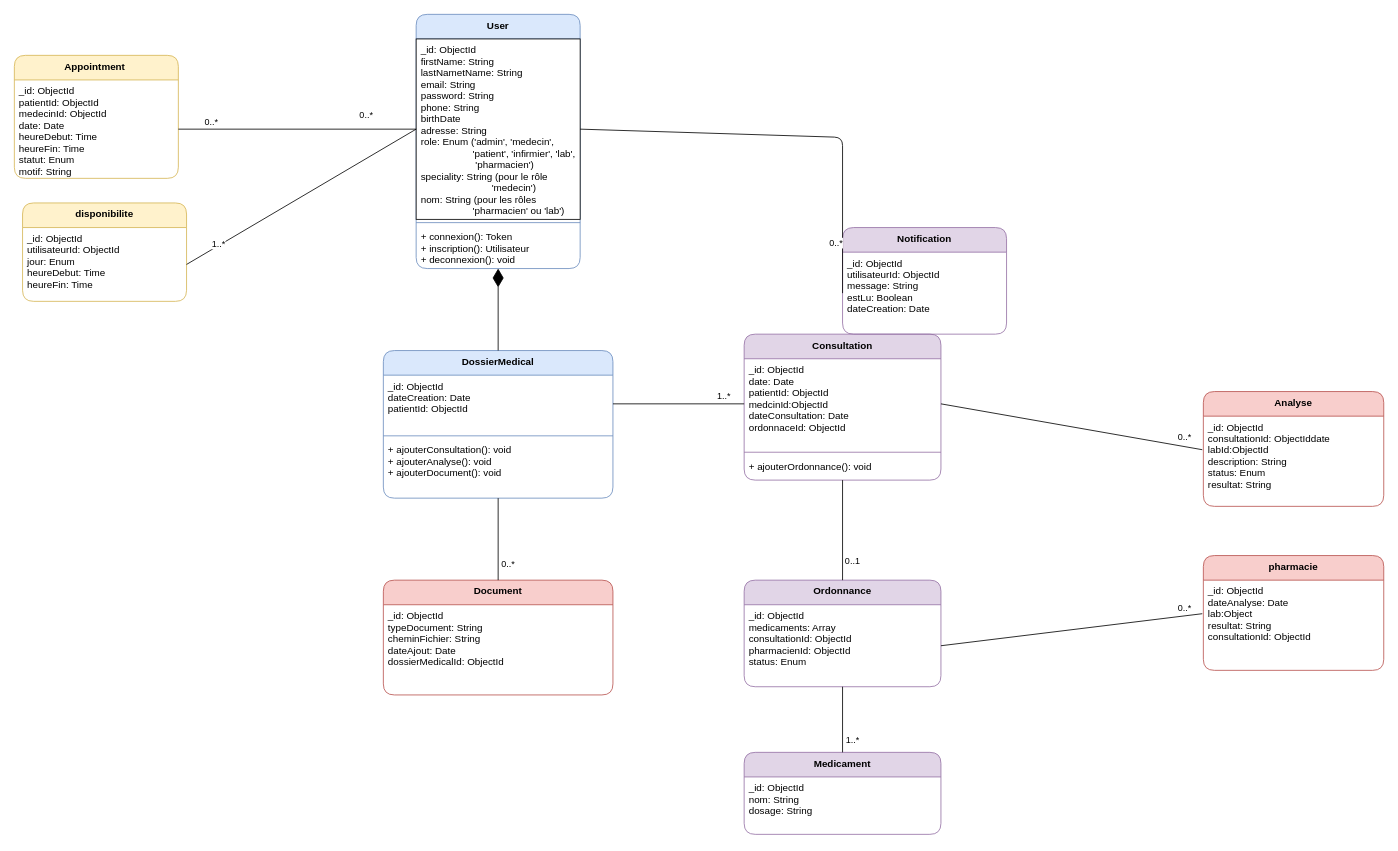
Above: backend/src/uml/medical.drawio in labitayoub/SihatiHub (draw.io), before the change. Source tidied: cells renumbered, new cells numbered last; positions are measured from the earlier drawing's top-left corner, leaving out a move shared by most shapes. Both pictures are drawn from the tidied source at 82%, with x=0, y=0 at pixel (14, 14).
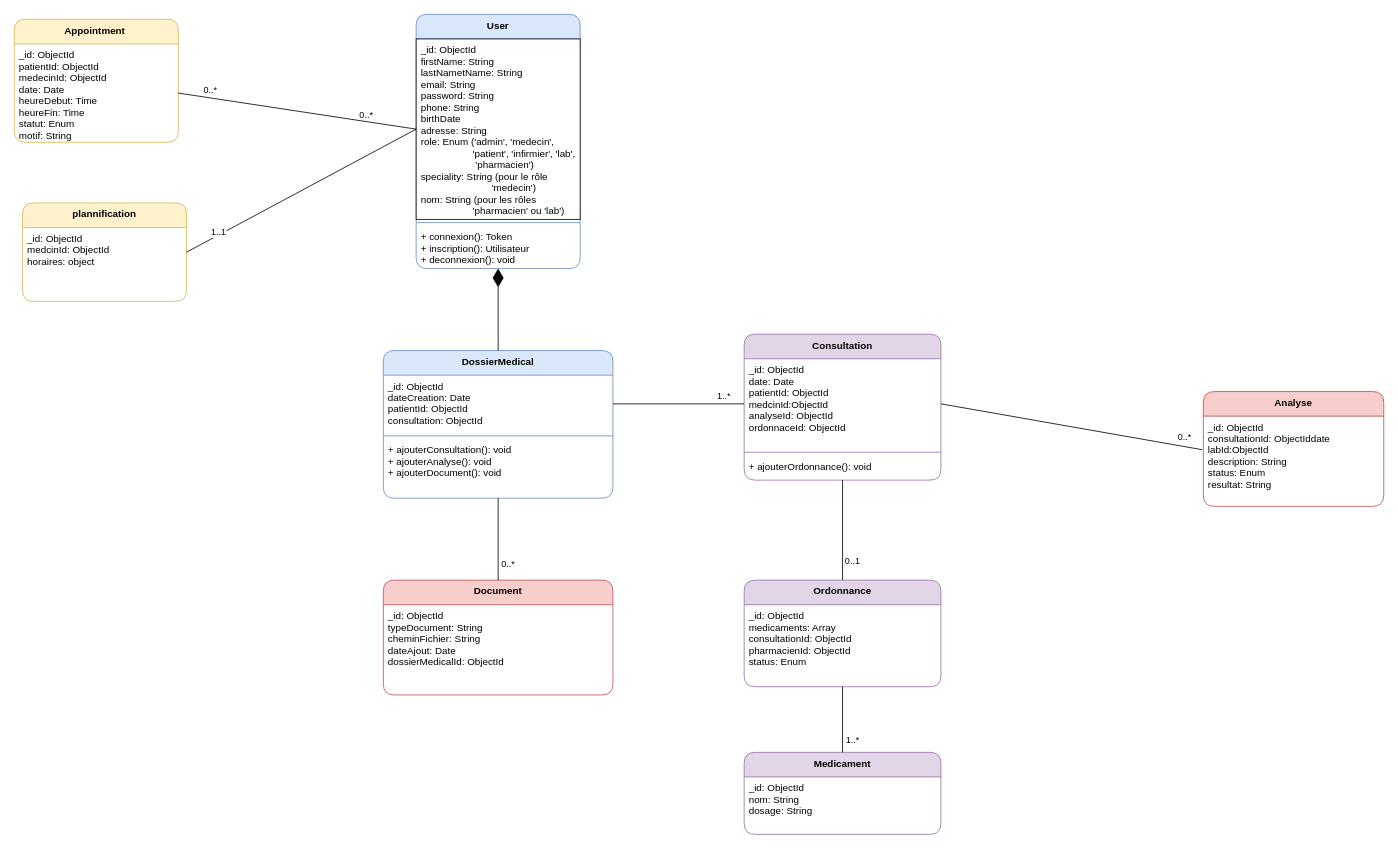
The same diagram, later.

The change refers to these unchanged cells:
```xml
<mxCell id="3" value="_id: ObjectId&#10;firstName: String&#10;lastNametName: String&#10;email: String&#10;password: String&#10;phone: String&#10;birthDate&#10;adresse: String&#10;role: Enum ('admin', 'medecin', &#10;                   'patient', 'infirmier', 'lab',&#10;                    'pharmacien')&#10;speciality: String (pour le rôle&#10;                          'medecin')&#10;nom: String (pour les rôles&#10;                   'pharmacien' ou 'lab')&#10;" style="text;strokeColor=#000000;fillColor=default;align=left;verticalAlign=top;spacingLeft=4;spacingRight=4;overflow=hidden;points=[[0,0.5],[1,0.5]];portConstraint=eastwest;" parent="2" vertex="1">
  <mxGeometry y="30" width="200" height="220" as="geometry" />
</mxCell>
<mxCell id="8" value="DossierMedical" style="swimlane;fontStyle=1;align=center;verticalAlign=top;horizontal=1;startSize=30;fillColor=#dae8fc;strokeColor=#6c8ebf;rounded=1;" parent="1" vertex="1">
  <mxGeometry x="450" y="410" width="280" height="180" as="geometry" />
</mxCell>
<mxCell id="12" value="Consultation" style="swimlane;fontStyle=1;align=center;verticalAlign=top;horizontal=1;startSize=30;fillColor=#e1d5e7;strokeColor=#9673a6;rounded=1;" parent="1" vertex="1">
  <mxGeometry x="890" y="390" width="240" height="178" as="geometry" />
</mxCell>
<mxCell id="17" value="_id: ObjectId&#10;medicaments: Array&#10;consultationId: ObjectId&#10;pharmacienId: ObjectId&#10;status: Enum&#10;" style="text;strokeColor=none;fillColor=none;align=left;verticalAlign=top;spacingLeft=4;spacingRight=4;overflow=hidden;points=[[0,0.5],[1,0.5]];portConstraint=eastwest;" parent="16" vertex="1">
  <mxGeometry y="30" width="240" height="100" as="geometry" />
</mxCell>
<mxCell id="39" style="endArrow=none;endFill=0;html=1;exitX=0;exitY=0.5;exitDx=0;exitDy=0;entryX=1;entryY=0.5;entryDx=0;entryDy=0;" parent="1" edge="1" source="3" target="45">
  <mxGeometry relative="1" as="geometry" />
</mxCell>
```

The edit, as a diff of the source:
```diff
@@
     <mxCell id="6" value="Appointment " style="swimlane;fontStyle=1;align=center;verticalAlign=top;horizontal=1;startSize=30;fillColor=#fff2cc;strokeColor=#d6b656;rounded=1;" parent="1" vertex="1">
-      <mxGeometry y="50" width="200" height="150" as="geometry" />
+      <mxGeometry y="6" width="200" height="150" as="geometry" />
     </mxCell>
@@
-    <mxCell id="9" value="_id: ObjectId&#10;dateCreation: Date&#10;patientId: ObjectId&#10;" style="text;strokeColor=none;fillColor=none;align=left;verticalAlign=top;spacingLeft=4;spacingRight=4;overflow=hidden;points=[[0,0.5],[1,0.5]];portConstraint=eastwest;" parent="8" vertex="1">
+    <mxCell id="9" value="_id: ObjectId&#10;dateCreation: Date&#10;patientId: ObjectId&#10;consultation: ObjectId" style="text;strokeColor=none;fillColor=none;align=left;verticalAlign=top;spacingLeft=4;spacingRight=4;overflow=hidden;points=[[0,0.5],[1,0.5]];portConstraint=eastwest;" parent="8" vertex="1">
       <mxGeometry y="30" width="280" height="70" as="geometry" />
     </mxCell>
@@
-    <mxCell id="13" value="_id: ObjectId&#10;date: Date&#10;patientId: ObjectId&#10;medcinId:ObjectId&#10;dateConsultation: Date&#10;ordonnaceId: ObjectId" style="text;strokeColor=none;fillColor=none;align=left;verticalAlign=top;spacingLeft=4;spacingRight=4;overflow=hidden;points=[[0,0.5],[1,0.5]];portConstraint=eastwest;" parent="12" vertex="1">
+    <mxCell id="13" value="_id: ObjectId&#10;date: Date&#10;patientId: ObjectId&#10;medcinId:ObjectId&#10;analyseId: ObjectId&#10;ordonnaceId: ObjectId" style="text;strokeColor=none;fillColor=none;align=left;verticalAlign=top;spacingLeft=4;spacingRight=4;overflow=hidden;points=[[0,0.5],[1,0.5]];portConstraint=eastwest;" parent="12" vertex="1">
       <mxGeometry y="30" width="240" height="110" as="geometry" />
     </mxCell>
@@
-    <mxCell id="36" value="disponibilite" style="swimlane;fontStyle=1;align=center;verticalAlign=top;horizontal=1;startSize=30;fillColor=#fff2cc;strokeColor=#d6b656;rounded=1;" parent="1" vertex="1">
+    <mxCell id="36" value="plannification" style="swimlane;fontStyle=1;align=center;verticalAlign=top;horizontal=1;startSize=30;fillColor=#fff2cc;strokeColor=#d6b656;rounded=1;" parent="1" vertex="1">
       <mxGeometry x="10" y="230" width="200" height="120" as="geometry" />
     </mxCell>
-    <mxCell id="37" value="Notification" style="swimlane;fontStyle=1;align=center;verticalAlign=top;horizontal=1;startSize=30;fillColor=#e1d5e7;strokeColor=#9673a6;rounded=1;" parent="1" vertex="1">
-      <mxGeometry x="1010" y="260" width="200" height="130" as="geometry" />
-    </mxCell>
-    <mxCell id="38" value="_id: ObjectId&#10;utilisateurId: ObjectId&#10;message: String&#10;estLu: Boolean&#10;dateCreation: Date" style="text;strokeColor=none;fillColor=none;align=left;verticalAlign=top;spacingLeft=4;spacingRight=4;overflow=hidden;points=[[0,0.5],[1,0.5]];portConstraint=eastwest;" parent="37" vertex="1">
-      <mxGeometry y="30" width="200" height="100" as="geometry" />
-    </mxCell>
@@
-    <mxCell id="40" value="1..*" style="edgeLabel;html=1;align=center;verticalAlign=middle;" parent="39" vertex="1">
+    <mxCell id="40" value="1..1" style="edgeLabel;html=1;align=center;verticalAlign=middle;" parent="39" vertex="1">
       <mxGeometry x="0.8" y="1" relative="1" as="geometry">
         <mxPoint x="10" y="-10" as="offset" />
       </mxGeometry>
     </mxCell>
@@
-    <mxCell id="43" style="endArrow=none;endFill=0;html=1;exitX=1;exitY=0.5;exitDx=0;exitDy=0;entryX=0;entryY=0.5;entryDx=0;entryDy=0;" parent="1" edge="1" source="3" target="38">
-      <mxGeometry relative="1" as="geometry">
-        <Array as="points">
-          <mxPoint x="1010" y="150" />
-        </Array>
-      </mxGeometry>
-    </mxCell>
-    <mxCell id="44" value="0..*" style="edgeLabel;html=1;align=center;verticalAlign=middle;" parent="43" vertex="1">
-      <mxGeometry x="0.8" y="1" relative="1" as="geometry">
-        <mxPoint x="-10" y="-10" as="offset" />
-      </mxGeometry>
-    </mxCell>
-    <mxCell id="45" value="_id: ObjectId&#10;utilisateurId: ObjectId&#10;jour: Enum&#10;heureDebut: Time&#10;heureFin: Time" style="text;strokeColor=none;fillColor=none;align=left;verticalAlign=top;spacingLeft=4;spacingRight=4;overflow=hidden;points=[[0,0.5],[1,0.5]];portConstraint=eastwest;" parent="1" vertex="1">
-      <mxGeometry x="10" y="260" width="200" height="90" as="geometry" />
+    <mxCell id="45" value="_id: ObjectId&#10;medcinId: ObjectId&#10;horaires: object&#10;" style="text;strokeColor=none;fillColor=none;align=left;verticalAlign=top;spacingLeft=4;spacingRight=4;overflow=hidden;points=[[0,0.5],[1,0.5]];portConstraint=eastwest;" parent="1" vertex="1">
+      <mxGeometry x="10" y="260" width="200" height="60" as="geometry" />
     </mxCell>
-    <mxCell id="46" value="pharmacie" style="swimlane;fontStyle=1;align=center;verticalAlign=top;horizontal=1;startSize=30;fillColor=#f8cecc;strokeColor=#b85450;rounded=1;" parent="1" vertex="1">
-      <mxGeometry x="1450" y="660" width="220" height="140" as="geometry" />
-    </mxCell>
-    <mxCell id="47" value="_id: ObjectId&#10;dateAnalyse: Date&#10;lab:Object&#10;resultat: String&#10;consultationId: ObjectId" style="text;strokeColor=none;fillColor=none;align=left;verticalAlign=top;spacingLeft=4;spacingRight=4;overflow=hidden;points=[[0,0.5],[1,0.5]];portConstraint=eastwest;" parent="46" vertex="1">
-      <mxGeometry y="30" width="220" height="110" as="geometry" />
-    </mxCell>
-    <mxCell id="48" style="endArrow=none;endFill=0;html=1;exitX=1;exitY=0.5;exitDx=0;exitDy=0;entryX=-0.006;entryY=0.372;entryDx=0;entryDy=0;entryPerimeter=0;" parent="1" edge="1" source="17" target="47">
-      <mxGeometry relative="1" as="geometry" />
-    </mxCell>
-    <mxCell id="49" value="0..*" style="edgeLabel;html=1;align=center;verticalAlign=middle;" parent="48" vertex="1">
-      <mxGeometry x="0.8" y="1" relative="1" as="geometry">
-        <mxPoint x="10" y="-10" as="offset" />
-      </mxGeometry>
-    </mxCell>
```
